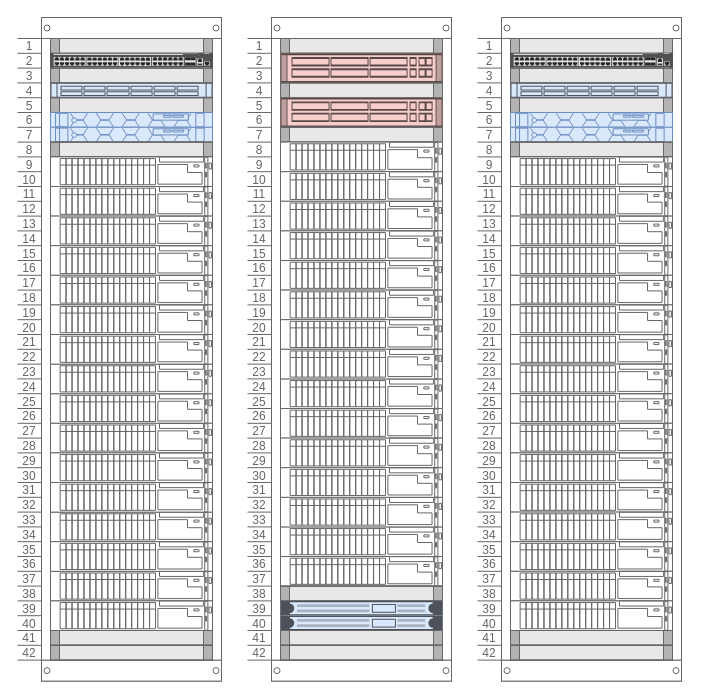
Above: pictures/Big Data 3 Rack POD v3 with vast.drawio in newmajp/POD-Design (draw.io), before the change. Source tidied: cells renumbered, new cells numbered last; positions are measured from the earlier drawing's top-left corner, leaving out a move shared by most shapes. Both pictures are drawn from the tidied source at 100%, with x=0, y=0 at pixel (17, 17).
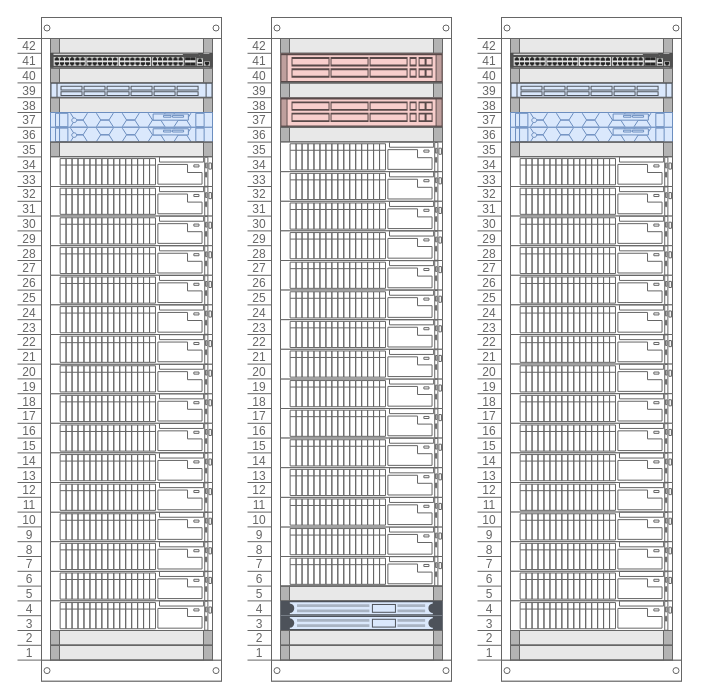
Above is the later version.

What changed in the source:
```diff
@@
-    <mxCell id="2" style="strokeColor=#666666;html=1;verticalLabelPosition=bottom;labelBackgroundColor=#ffffff;verticalAlign=top;shadow=0;dashed=0;shape=mxgraph.rackGeneral.rackCabinet3;rackUnitSize=14.8;fillColor2=#f4f4f4;allowGaps=1;textColor=#666666;numDisp=ascend;" parent="1" vertex="1">
+    <mxCell id="2" style="strokeColor=#666666;html=1;verticalLabelPosition=bottom;labelBackgroundColor=#ffffff;verticalAlign=top;shadow=0;dashed=0;shape=mxgraph.rackGeneral.rackCabinet3;rackUnitSize=14.8;fillColor2=#f4f4f4;allowGaps=1;textColor=#666666;numDisp=descend;startUnit=1;" parent="1" vertex="1">
       <mxGeometry width="204" height="660" as="geometry" />
     </mxCell>
@@
-    <mxCell id="29" style="strokeColor=#666666;html=1;verticalLabelPosition=bottom;labelBackgroundColor=#ffffff;verticalAlign=top;shadow=0;dashed=0;shape=mxgraph.rackGeneral.rackCabinet3;rackUnitSize=14.8;fillColor2=#f4f4f4;allowGaps=1;textColor=#666666;numDisp=ascend;" parent="1" vertex="1">
+    <mxCell id="29" style="strokeColor=#666666;html=1;verticalLabelPosition=bottom;labelBackgroundColor=#ffffff;verticalAlign=top;shadow=0;dashed=0;shape=mxgraph.rackGeneral.rackCabinet3;rackUnitSize=14.8;fillColor2=#f4f4f4;allowGaps=1;textColor=#666666;numDisp=descend;" parent="1" vertex="1">
       <mxGeometry x="230" width="204" height="660" as="geometry" />
     </mxCell>
@@
-    <mxCell id="55" style="strokeColor=#666666;html=1;verticalLabelPosition=bottom;labelBackgroundColor=#ffffff;verticalAlign=top;shadow=0;dashed=0;shape=mxgraph.rackGeneral.rackCabinet3;rackUnitSize=14.8;fillColor2=#f4f4f4;allowGaps=1;textColor=#666666;numDisp=ascend;" parent="1" vertex="1">
+    <mxCell id="55" style="strokeColor=#666666;html=1;verticalLabelPosition=bottom;labelBackgroundColor=#ffffff;verticalAlign=top;shadow=0;dashed=0;shape=mxgraph.rackGeneral.rackCabinet3;rackUnitSize=14.8;fillColor2=#f4f4f4;allowGaps=1;textColor=#666666;numDisp=descend;" parent="1" vertex="1">
       <mxGeometry x="460" width="204" height="660" as="geometry" />
     </mxCell>
```
